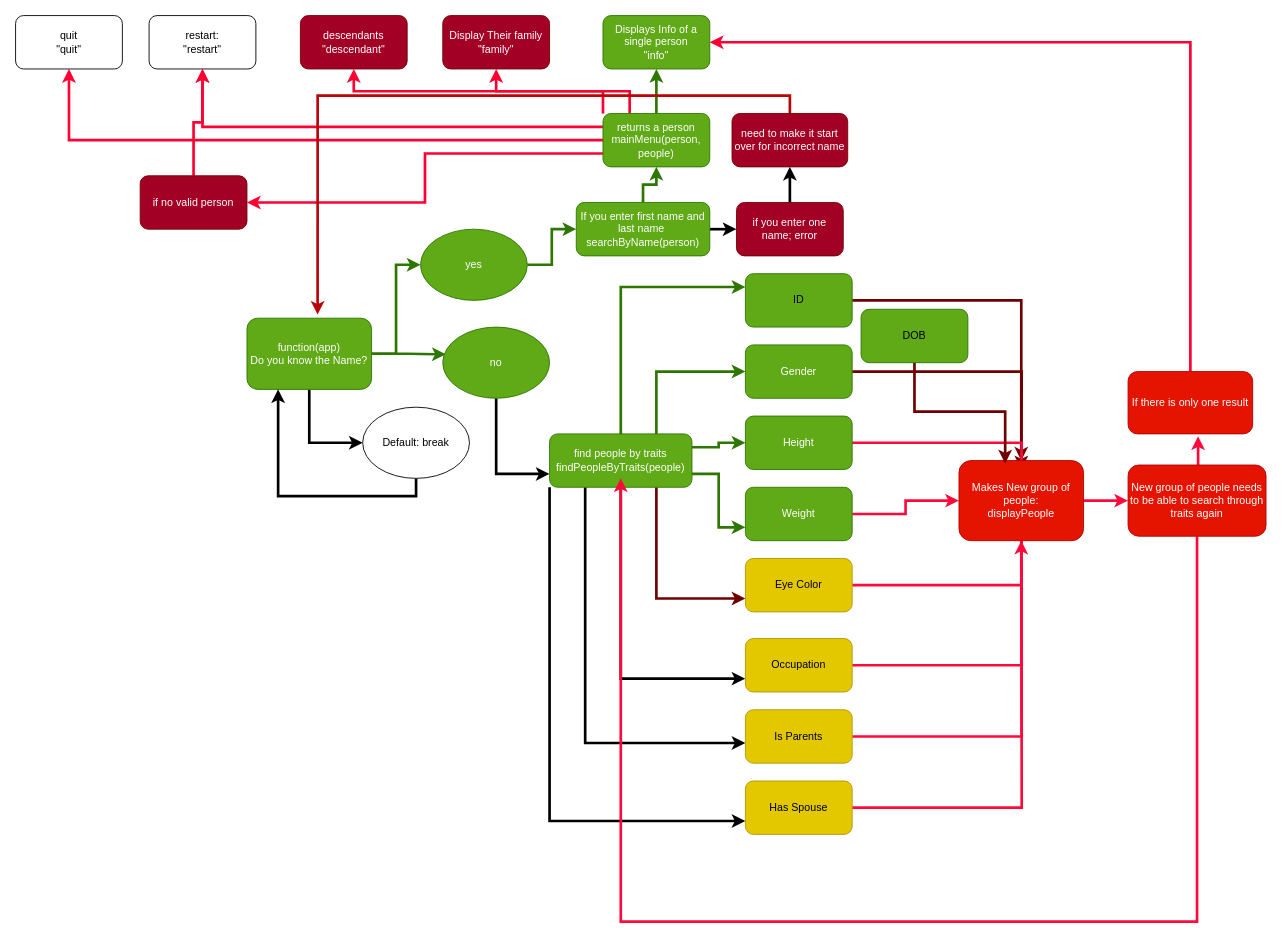
Earlier version of the draw.io diagram App Map.drawio (MichaelBHerman/MostWanted). Source tidied: cells renumbered, new cells numbered last; positions are measured from the earlier drawing's top-left corner, leaving out a move shared by most shapes. Both pictures are drawn from the tidied source at 89%, with x=0, y=0 at pixel (15, 15).
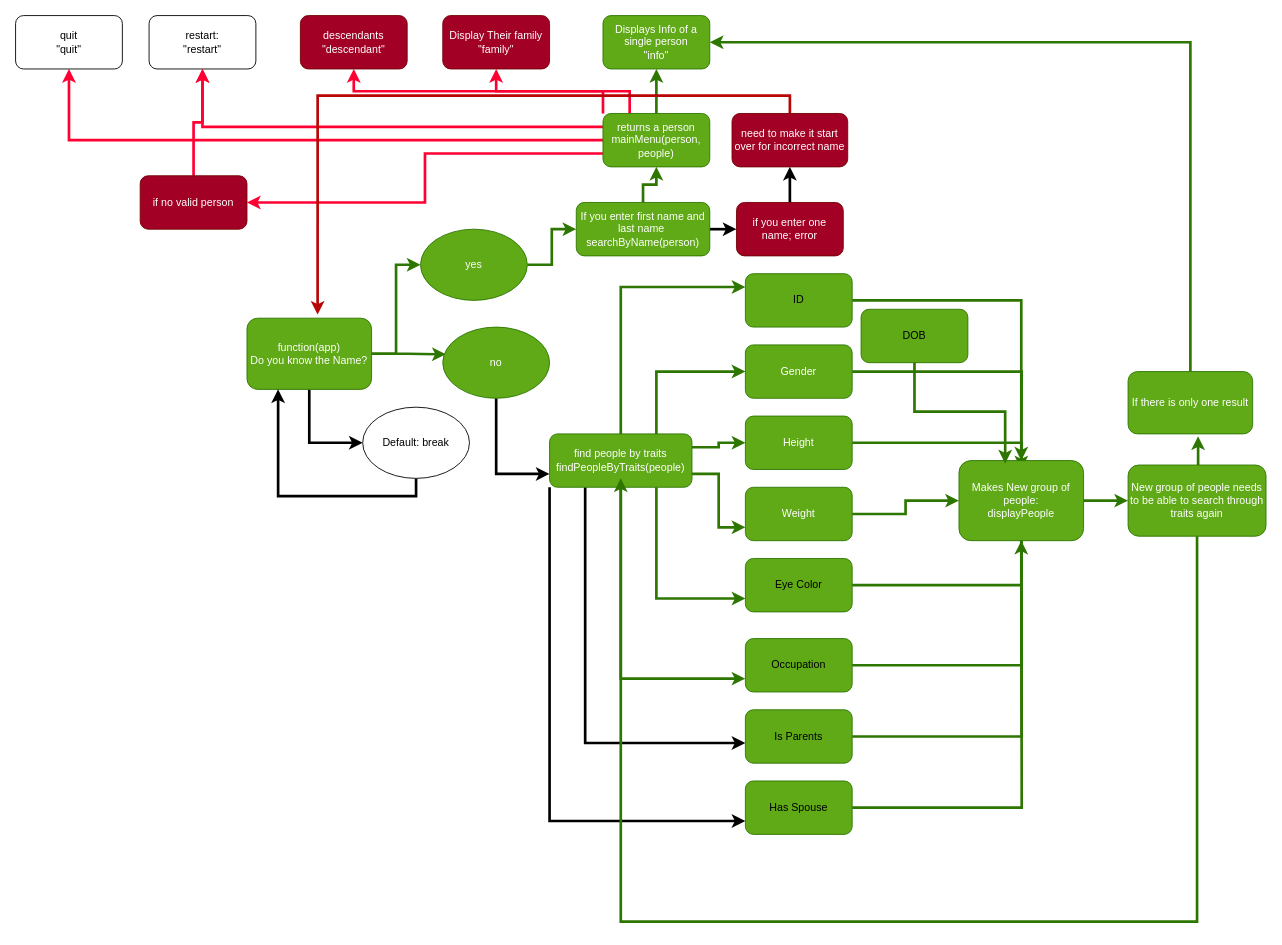
After the change.

Unchanged cells that the change refers to:
```xml
<mxCell id="20" value="find people by traits&lt;br&gt;findPeopleByTraits(people)" style="rounded=1;whiteSpace=wrap;html=1;fillColor=#60a917;strokeColor=#2D7600;fontColor=#ffffff;" parent="1" vertex="1">
  <mxGeometry x="600" y="470" width="160" height="60" as="geometry" />
</mxCell>
<mxCell id="36" value="&lt;font color=&quot;#000000&quot;&gt;ID&lt;/font&gt;" style="rounded=1;whiteSpace=wrap;html=1;fillColor=#60a917;strokeColor=#2D7600;fontColor=#ffffff;" parent="1" vertex="1">
  <mxGeometry x="820" y="290" width="120" height="60" as="geometry" />
</mxCell>
<mxCell id="38" value="Gender" style="rounded=1;whiteSpace=wrap;html=1;fillColor=#60a917;strokeColor=#2D7600;fontColor=#ffffff;" parent="1" vertex="1">
  <mxGeometry x="820" y="370" width="120" height="60" as="geometry" />
</mxCell>
<mxCell id="40" value="&lt;font&gt;Height&lt;/font&gt;" style="rounded=1;whiteSpace=wrap;html=1;strokeColor=#2D7600;fillColor=#60a917;fontColor=#ffffff;" parent="1" vertex="1">
  <mxGeometry x="820" y="450" width="120" height="60" as="geometry" />
</mxCell>
<mxCell id="42" value="&lt;font&gt;Weight&lt;/font&gt;" style="rounded=1;whiteSpace=wrap;html=1;strokeColor=#2D7600;fillColor=#60a917;fontColor=#ffffff;" parent="1" vertex="1">
  <mxGeometry x="820" y="530" width="120" height="60" as="geometry" />
</mxCell>
<mxCell id="58" value="Displays Info of a single person&lt;br&gt;&quot;info&quot;" style="rounded=1;whiteSpace=wrap;html=1;fillColor=#60a917;strokeColor=#2D7600;fontColor=#ffffff;" parent="1" vertex="1">
  <mxGeometry x="660" width="120" height="60" as="geometry" />
</mxCell>
<mxCell id="66" value="&lt;font color=&quot;#000000&quot;&gt;DOB&lt;/font&gt;" style="rounded=1;whiteSpace=wrap;html=1;fillColor=#60a917;strokeColor=#2D7600;fontColor=#ffffff;" parent="1" vertex="1">
  <mxGeometry x="950" y="330" width="120" height="60" as="geometry" />
</mxCell>
```

Diff of the diagram source:
```diff
@@
-    <mxCell id="14" style="edgeStyle=orthogonalEdgeStyle;rounded=0;jettySize=auto;html=1;strokeColor=#000000;strokeWidth=3;entryX=0;entryY=0.75;entryDx=0;entryDy=0;exitX=0.5;exitY=1;exitDx=0;exitDy=0;" parent="1" edge="1" source="20" target="46">
+    <mxCell id="14" style="edgeStyle=orthogonalEdgeStyle;rounded=0;jettySize=auto;html=1;strokeColor=#2D7600;strokeWidth=3;entryX=0;entryY=0.75;entryDx=0;entryDy=0;exitX=0.5;exitY=1;exitDx=0;exitDy=0;fillColor=#60a917;" parent="1" edge="1" source="20" target="46">
       <mxGeometry relative="1" as="geometry" />
     </mxCell>
-    <mxCell id="15" style="edgeStyle=orthogonalEdgeStyle;rounded=0;jettySize=auto;html=1;exitX=0.75;exitY=1;exitDx=0;exitDy=0;entryX=0;entryY=0.75;entryDx=0;entryDy=0;strokeColor=#6F0000;strokeWidth=3;fillColor=#a20025;" parent="1" edge="1" source="20" target="44">
+    <mxCell id="15" style="edgeStyle=orthogonalEdgeStyle;rounded=0;jettySize=auto;html=1;exitX=0.75;exitY=1;exitDx=0;exitDy=0;entryX=0;entryY=0.75;entryDx=0;entryDy=0;strokeColor=#2D7600;strokeWidth=3;fillColor=#60a917;" parent="1" edge="1" source="20" target="44">
       <mxGeometry relative="1" as="geometry" />
     </mxCell>
@@
-    <mxCell id="35" style="edgeStyle=orthogonalEdgeStyle;rounded=0;jettySize=auto;html=1;exitX=1;exitY=0.5;exitDx=0;exitDy=0;entryX=0.5;entryY=0;entryDx=0;entryDy=0;strokeWidth=3;fillColor=#a20025;strokeColor=#6F0000;" parent="1" edge="1" source="36" target="52">
+    <mxCell id="35" style="edgeStyle=orthogonalEdgeStyle;rounded=0;jettySize=auto;html=1;exitX=1;exitY=0.5;exitDx=0;exitDy=0;entryX=0.5;entryY=0;entryDx=0;entryDy=0;strokeWidth=3;fillColor=#60a917;strokeColor=#2D7600;" parent="1" edge="1" source="36" target="52">
       <mxGeometry relative="1" as="geometry" />
     </mxCell>
@@
-    <mxCell id="37" style="edgeStyle=orthogonalEdgeStyle;rounded=0;jettySize=auto;html=1;exitX=1;exitY=0.5;exitDx=0;exitDy=0;strokeWidth=3;fillColor=#a20025;strokeColor=#6F0000;" parent="1" edge="1" source="38">
+    <mxCell id="37" style="edgeStyle=orthogonalEdgeStyle;rounded=0;jettySize=auto;html=1;exitX=1;exitY=0.5;exitDx=0;exitDy=0;strokeWidth=3;fillColor=#60a917;strokeColor=#2D7600;" parent="1" edge="1" source="38">
       <mxGeometry relative="1" as="geometry">
         <mxPoint x="1130" y="510" as="targetPoint" />
       </mxGeometry>
     </mxCell>
@@
-    <mxCell id="39" style="edgeStyle=orthogonalEdgeStyle;rounded=0;jettySize=auto;html=1;exitX=1;exitY=0.5;exitDx=0;exitDy=0;strokeColor=#FF0A3B;strokeWidth=3;" parent="1" edge="1" source="40">
+    <mxCell id="39" style="edgeStyle=orthogonalEdgeStyle;rounded=0;jettySize=auto;html=1;exitX=1;exitY=0.5;exitDx=0;exitDy=0;strokeColor=#2D7600;strokeWidth=3;fillColor=#60a917;" parent="1" edge="1" source="40">
       <mxGeometry relative="1" as="geometry">
         <mxPoint x="1130" y="520" as="targetPoint" />
       </mxGeometry>
     </mxCell>
@@
-    <mxCell id="41" style="edgeStyle=orthogonalEdgeStyle;rounded=0;jettySize=auto;html=1;exitX=1;exitY=0.5;exitDx=0;exitDy=0;entryX=0;entryY=0.5;entryDx=0;entryDy=0;strokeColor=#FF0A3B;strokeWidth=3;" parent="1" edge="1" source="42" target="52">
+    <mxCell id="41" style="edgeStyle=orthogonalEdgeStyle;rounded=0;jettySize=auto;html=1;exitX=1;exitY=0.5;exitDx=0;exitDy=0;entryX=0;entryY=0.5;entryDx=0;entryDy=0;strokeColor=#2D7600;strokeWidth=3;fillColor=#60a917;" parent="1" edge="1" source="42" target="52">
       <mxGeometry relative="1" as="geometry" />
     </mxCell>
@@
-    <mxCell id="43" style="edgeStyle=orthogonalEdgeStyle;rounded=0;jettySize=auto;html=1;exitX=1;exitY=0.5;exitDx=0;exitDy=0;strokeColor=#FF0A3B;strokeWidth=3;" parent="1" edge="1" source="44" target="52">
+    <mxCell id="43" style="edgeStyle=orthogonalEdgeStyle;rounded=0;jettySize=auto;html=1;exitX=1;exitY=0.5;exitDx=0;exitDy=0;strokeColor=#2D7600;strokeWidth=3;fillColor=#60a917;" parent="1" edge="1" source="44" target="52">
       <mxGeometry relative="1" as="geometry" />
     </mxCell>
-    <mxCell id="44" value="&lt;font color=&quot;#000000&quot;&gt;Eye Color&lt;/font&gt;" style="rounded=1;whiteSpace=wrap;html=1;fillColor=#e3c800;strokeColor=#B09500;fontColor=#000000;" parent="1" vertex="1">
+    <mxCell id="44" value="&lt;font color=&quot;#000000&quot;&gt;Eye Color&lt;/font&gt;" style="rounded=1;whiteSpace=wrap;html=1;fillColor=#60a917;strokeColor=#2D7600;fontColor=#ffffff;" parent="1" vertex="1">
       <mxGeometry x="820" y="610" width="120" height="60" as="geometry" />
     </mxCell>
-    <mxCell id="45" style="edgeStyle=orthogonalEdgeStyle;rounded=0;jettySize=auto;html=1;exitX=1;exitY=0.5;exitDx=0;exitDy=0;strokeColor=#FF0A3B;strokeWidth=3;" parent="1" edge="1" source="46">
+    <mxCell id="45" style="edgeStyle=orthogonalEdgeStyle;rounded=0;jettySize=auto;html=1;exitX=1;exitY=0.5;exitDx=0;exitDy=0;strokeColor=#2D7600;strokeWidth=3;fillColor=#60a917;" parent="1" edge="1" source="46">
       <mxGeometry relative="1" as="geometry">
         <mxPoint x="1130" y="560" as="targetPoint" />
       </mxGeometry>
     </mxCell>
-    <mxCell id="46" value="&lt;font color=&quot;#000000&quot;&gt;Occupation&lt;/font&gt;" style="rounded=1;whiteSpace=wrap;html=1;fillColor=#e3c800;strokeColor=#B09500;fontColor=#000000;" parent="1" vertex="1">
+    <mxCell id="46" value="&lt;font color=&quot;#000000&quot;&gt;Occupation&lt;/font&gt;" style="rounded=1;whiteSpace=wrap;html=1;fillColor=#60a917;strokeColor=#2D7600;fontColor=#ffffff;" parent="1" vertex="1">
       <mxGeometry x="820" y="700" width="120" height="60" as="geometry" />
     </mxCell>
-    <mxCell id="47" style="edgeStyle=orthogonalEdgeStyle;rounded=0;jettySize=auto;html=1;exitX=1;exitY=0.5;exitDx=0;exitDy=0;strokeColor=#FF0A3B;strokeWidth=3;" parent="1" edge="1" source="48">
+    <mxCell id="47" style="edgeStyle=orthogonalEdgeStyle;rounded=0;jettySize=auto;html=1;exitX=1;exitY=0.5;exitDx=0;exitDy=0;strokeColor=#2D7600;strokeWidth=3;fillColor=#60a917;" parent="1" edge="1" source="48">
       <mxGeometry relative="1" as="geometry">
         <mxPoint x="1130" y="570" as="targetPoint" />
       </mxGeometry>
     </mxCell>
-    <mxCell id="48" value="&lt;font color=&quot;#000000&quot;&gt;Is Parents&lt;/font&gt;" style="rounded=1;whiteSpace=wrap;html=1;fillColor=#e3c800;strokeColor=#B09500;fontColor=#000000;" parent="1" vertex="1">
+    <mxCell id="48" value="&lt;font color=&quot;#000000&quot;&gt;Is Parents&lt;/font&gt;" style="rounded=1;whiteSpace=wrap;html=1;fillColor=#60a917;strokeColor=#2D7600;fontColor=#ffffff;" parent="1" vertex="1">
       <mxGeometry x="820" y="780" width="120" height="60" as="geometry" />
     </mxCell>
-    <mxCell id="49" style="edgeStyle=orthogonalEdgeStyle;rounded=0;jettySize=auto;html=1;exitX=1;exitY=0.5;exitDx=0;exitDy=0;strokeColor=#FF0A3B;strokeWidth=3;" parent="1" edge="1" source="50">
+    <mxCell id="49" style="edgeStyle=orthogonalEdgeStyle;rounded=0;jettySize=auto;html=1;exitX=1;exitY=0.5;exitDx=0;exitDy=0;strokeColor=#2D7600;strokeWidth=3;fillColor=#60a917;" parent="1" edge="1" source="50">
       <mxGeometry relative="1" as="geometry">
         <mxPoint x="1130" y="570" as="targetPoint" />
       </mxGeometry>
     </mxCell>
-    <mxCell id="50" value="&lt;font color=&quot;#000000&quot;&gt;Has Spouse&lt;/font&gt;" style="rounded=1;whiteSpace=wrap;html=1;fillColor=#e3c800;strokeColor=#B09500;fontColor=#000000;" parent="1" vertex="1">
+    <mxCell id="50" value="&lt;font color=&quot;#000000&quot;&gt;Has Spouse&lt;/font&gt;" style="rounded=1;whiteSpace=wrap;html=1;fillColor=#60a917;strokeColor=#2D7600;fontColor=#ffffff;" parent="1" vertex="1">
       <mxGeometry x="820" y="860" width="120" height="60" as="geometry" />
     </mxCell>
-    <mxCell id="51" style="edgeStyle=orthogonalEdgeStyle;rounded=0;jettySize=auto;html=1;exitX=1;exitY=0.5;exitDx=0;exitDy=0;entryX=0;entryY=0.5;entryDx=0;entryDy=0;strokeColor=#FF0A3B;strokeWidth=3;" parent="1" edge="1" source="52" target="55">
+    <mxCell id="51" style="edgeStyle=orthogonalEdgeStyle;rounded=0;jettySize=auto;html=1;exitX=1;exitY=0.5;exitDx=0;exitDy=0;entryX=0;entryY=0.5;entryDx=0;entryDy=0;strokeColor=#2D7600;strokeWidth=3;fillColor=#60a917;" parent="1" edge="1" source="52" target="55">
       <mxGeometry relative="1" as="geometry" />
     </mxCell>
-    <mxCell id="52" value="Makes New group of people:&lt;br&gt;displayPeople" style="rounded=1;whiteSpace=wrap;html=1;fillColor=#e51400;strokeColor=#B20000;fontColor=#ffffff;" parent="1" vertex="1">
+    <mxCell id="52" value="Makes New group of people:&lt;br&gt;displayPeople" style="rounded=1;whiteSpace=wrap;html=1;fillColor=#60a917;strokeColor=#2D7600;fontColor=#ffffff;" parent="1" vertex="1">
       <mxGeometry x="1060" y="500" width="140" height="90" as="geometry" />
     </mxCell>
-    <mxCell id="53" style="edgeStyle=orthogonalEdgeStyle;rounded=0;jettySize=auto;html=1;exitX=0.5;exitY=1;exitDx=0;exitDy=0;strokeColor=#FF0A3B;strokeWidth=3;" parent="1" edge="1" source="55">
+    <mxCell id="53" style="edgeStyle=orthogonalEdgeStyle;rounded=0;jettySize=auto;html=1;exitX=0.5;exitY=1;exitDx=0;exitDy=0;strokeColor=#2D7600;strokeWidth=3;fillColor=#60a917;" parent="1" edge="1" source="55">
       <mxGeometry relative="1" as="geometry">
         <mxPoint x="680" y="520" as="targetPoint" />
         <Array as="points">
           <mxPoint x="1328" y="1018" />
           <mxPoint x="680" y="1018" />
           <mxPoint x="680" y="570" />
         </Array>
       </mxGeometry>
     </mxCell>
-    <mxCell id="54" style="edgeStyle=orthogonalEdgeStyle;rounded=0;jettySize=auto;html=1;exitX=0.5;exitY=0;exitDx=0;exitDy=0;entryX=0.562;entryY=1.038;entryDx=0;entryDy=0;entryPerimeter=0;strokeColor=#FF0A3B;strokeWidth=3;" parent="1" edge="1" source="55" target="57">
+    <mxCell id="54" style="edgeStyle=orthogonalEdgeStyle;rounded=0;jettySize=auto;html=1;exitX=0.5;exitY=0;exitDx=0;exitDy=0;entryX=0.562;entryY=1.038;entryDx=0;entryDy=0;entryPerimeter=0;strokeColor=#2D7600;strokeWidth=3;fillColor=#60a917;" parent="1" edge="1" source="55" target="57">
       <mxGeometry relative="1" as="geometry" />
     </mxCell>
-    <mxCell id="55" value="New group of people needs to be able to search through traits again" style="rounded=1;whiteSpace=wrap;html=1;fillColor=#e51400;strokeColor=#B20000;fontColor=#ffffff;" parent="1" vertex="1">
+    <mxCell id="55" value="New group of people needs to be able to search through traits again" style="rounded=1;whiteSpace=wrap;html=1;fillColor=#60a917;strokeColor=#2D7600;fontColor=#ffffff;" parent="1" vertex="1">
       <mxGeometry x="1250" y="505" width="155" height="80" as="geometry" />
     </mxCell>
-    <mxCell id="56" style="edgeStyle=orthogonalEdgeStyle;rounded=0;jettySize=auto;html=1;exitX=0.5;exitY=0;exitDx=0;exitDy=0;strokeWidth=3;strokeColor=#FF0033;entryX=1;entryY=0.5;entryDx=0;entryDy=0;" parent="1" edge="1" source="57" target="58">
+    <mxCell id="56" style="edgeStyle=orthogonalEdgeStyle;rounded=0;jettySize=auto;html=1;exitX=0.5;exitY=0;exitDx=0;exitDy=0;strokeWidth=3;strokeColor=#2D7600;entryX=1;entryY=0.5;entryDx=0;entryDy=0;fillColor=#60a917;" parent="1" edge="1" source="57" target="58">
       <mxGeometry relative="1" as="geometry" />
     </mxCell>
-    <mxCell id="57" value="If there is only one result" style="rounded=1;whiteSpace=wrap;html=1;fillColor=#e51400;strokeColor=#B20000;fontColor=#ffffff;" parent="1" vertex="1">
+    <mxCell id="57" value="If there is only one result" style="rounded=1;whiteSpace=wrap;html=1;fillColor=#60a917;strokeColor=#2D7600;fontColor=#ffffff;" parent="1" vertex="1">
       <mxGeometry x="1250" y="400" width="140" height="70" as="geometry" />
     </mxCell>
@@
-    <mxCell id="65" style="edgeStyle=orthogonalEdgeStyle;rounded=0;jettySize=auto;html=1;entryX=0.371;entryY=0.037;entryDx=0;entryDy=0;entryPerimeter=0;fontColor=#FFFFFF;strokeWidth=3;fillColor=#a20025;strokeColor=#6F0000;" parent="1" edge="1" source="66" target="52">
+    <mxCell id="65" style="edgeStyle=orthogonalEdgeStyle;rounded=0;jettySize=auto;html=1;entryX=0.371;entryY=0.037;entryDx=0;entryDy=0;entryPerimeter=0;fontColor=#FFFFFF;strokeWidth=3;fillColor=#60a917;strokeColor=#2D7600;" parent="1" edge="1" source="66" target="52">
       <mxGeometry relative="1" as="geometry" />
     </mxCell>
```
